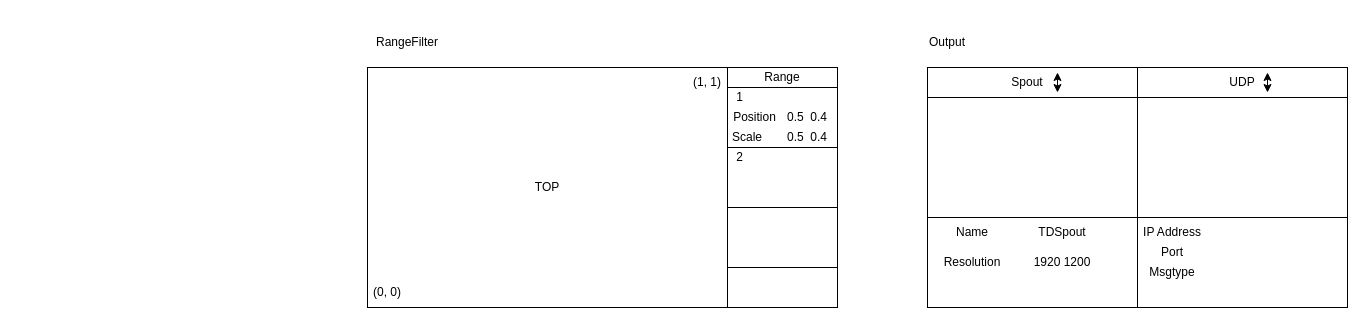
Above: Design.drawio in miwa-maroon/LiDAR-Interactive-Plugin (draw.io), before the change. Source tidied: cells renumbered, new cells numbered last; positions are measured from the earlier drawing's top-left corner, leaving out a move shared by most shapes. Both pictures are drawn from the tidied source at 100%, with x=0, y=0 at pixel (367, 27).
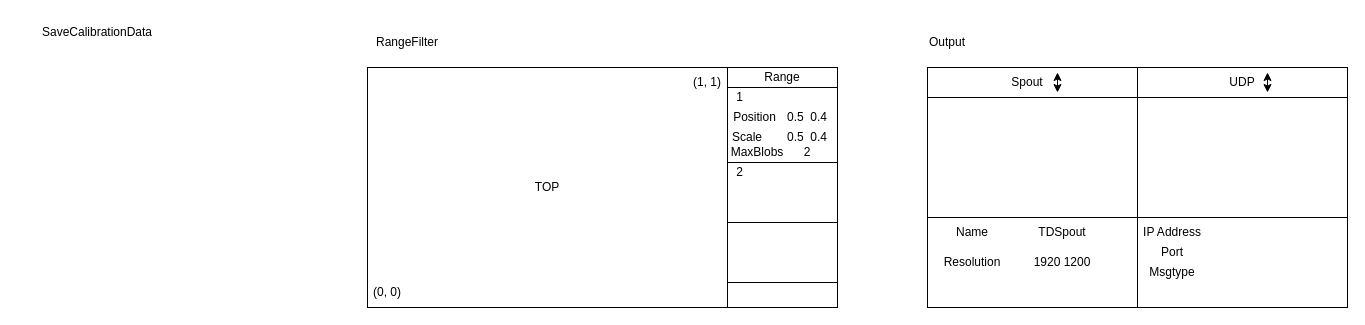
The same page after the edit.

Change to the diagram source:
```diff
@@
     <mxCell id="8" style="rounded=0;whiteSpace=wrap;html=1;" parent="1" vertex="1">
-      <mxGeometry x="360" y="60" width="110" height="60" as="geometry" />
+      <mxGeometry x="360" y="60" width="110" height="80" as="geometry" />
     </mxCell>
     <mxCell id="9" style="rounded=0;whiteSpace=wrap;html=1;" parent="1" vertex="1">
-      <mxGeometry x="360" y="120" width="110" height="60" as="geometry" />
+      <mxGeometry x="360" y="135" width="110" height="60" as="geometry" />
     </mxCell>
     <mxCell id="10" style="rounded=0;whiteSpace=wrap;html=1;" parent="1" vertex="1">
-      <mxGeometry x="360" y="180" width="110" height="60" as="geometry" />
+      <mxGeometry x="360" y="195" width="110" height="60" as="geometry" />
     </mxCell>
@@
     <mxCell id="18" value="2" style="text;strokeColor=none;align=center;fillColor=none;html=1;verticalAlign=middle;whiteSpace=wrap;rounded=0;" parent="1" vertex="1">
-      <mxGeometry x="360" y="120" width="25" height="20" as="geometry" />
+      <mxGeometry x="360" y="135" width="25" height="20" as="geometry" />
     </mxCell>
@@
+    <mxCell id="33" value="SaveCalibrationData" style="text;strokeColor=none;align=center;fillColor=none;html=1;verticalAlign=middle;whiteSpace=wrap;rounded=0;" parent="1" vertex="1">
+      <mxGeometry x="-350" y="-10" width="160" height="30" as="geometry" />
+    </mxCell>
+    <mxCell id="34" value="MaxBlobs" style="text;strokeColor=none;align=center;fillColor=none;html=1;verticalAlign=middle;whiteSpace=wrap;rounded=0;" parent="1" vertex="1">
+      <mxGeometry x="360" y="115" width="60" height="20" as="geometry" />
+    </mxCell>
+    <mxCell id="35" value="2" style="text;strokeColor=none;align=center;fillColor=none;html=1;verticalAlign=middle;whiteSpace=wrap;rounded=0;" parent="1" vertex="1">
+      <mxGeometry x="410" y="115" width="60" height="20" as="geometry" />
+    </mxCell>
```
